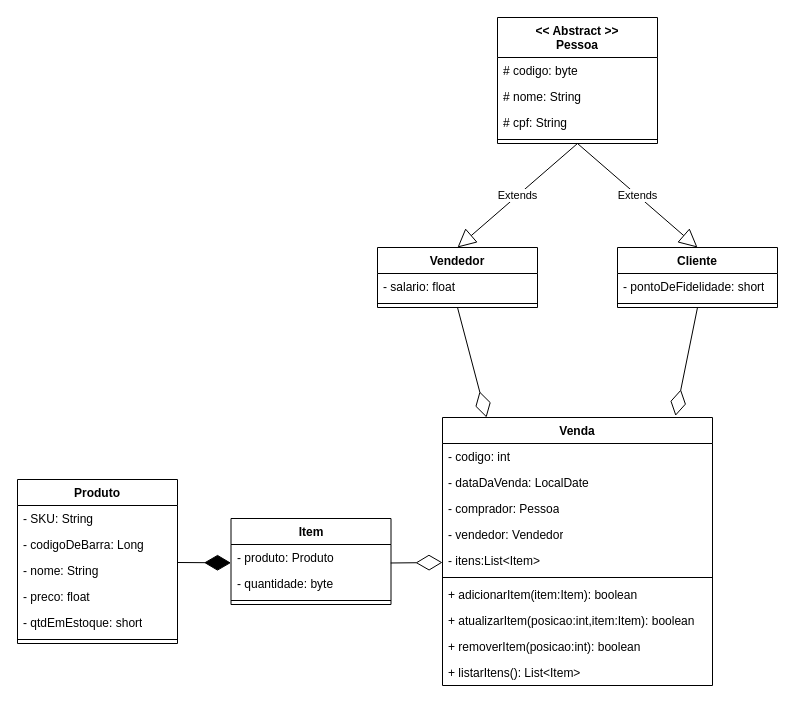
This is loja_classdiagram.drawio from laurasultan/java, a draw.io file, before an edit. Source tidied: cells renumbered, new cells numbered last; positions are measured from the earlier drawing's top-left corner, leaving out a move shared by most shapes. Both pictures are drawn from the tidied source at 100%, with x=0, y=0 at pixel (17, 17).
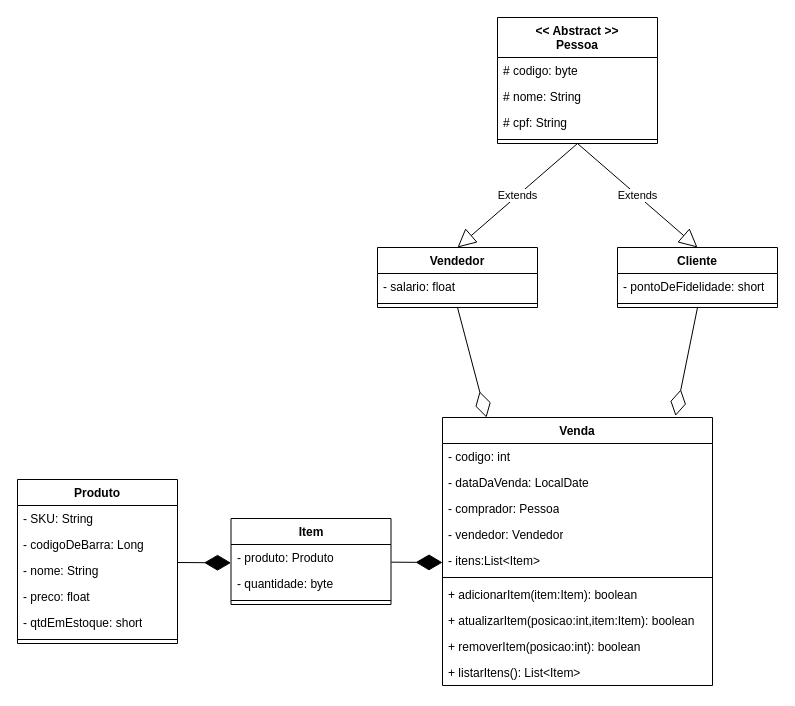
The same diagram, later.

Unchanged cells that the change refers to:
```xml
<mxCell id="36" value="- produto: Produto" style="text;strokeColor=none;fillColor=none;align=left;verticalAlign=top;spacingLeft=4;spacingRight=4;overflow=hidden;points=[[0,0.5],[1,0.5]];portConstraint=eastwest;whiteSpace=wrap;html=1;" parent="35" vertex="1">
  <mxGeometry y="26" width="160" height="26" as="geometry" />
</mxCell>
```

Change to the diagram source:
```diff
@@
-    <mxCell id="40" style="endArrow=diamondThin;endFill=0;endSize=24;html=1;rounded=0;entryX=0;entryY=0.5;entryDx=0;entryDy=0;exitX=0.998;exitY=0.711;exitDx=0;exitDy=0;exitPerimeter=0;" parent="1" edge="1" source="36">
-      <mxGeometry relative="1" as="geometry">
-        <mxPoint x="425" y="545" as="targetPoint" />
-      </mxGeometry>
-    </mxCell>
+    <mxCell id="41" style="endArrow=diamondThin;endFill=1;endSize=24;html=1;rounded=0;exitX=1.002;exitY=0.68;exitDx=0;exitDy=0;entryX=0;entryY=0.706;entryDx=0;entryDy=0;entryPerimeter=0;exitPerimeter=0;" parent="1" edge="1" source="36">
+      <mxGeometry relative="1" as="geometry">
+        <mxPoint x="425" y="545" as="targetPoint" />
+      </mxGeometry>
+    </mxCell>
```
